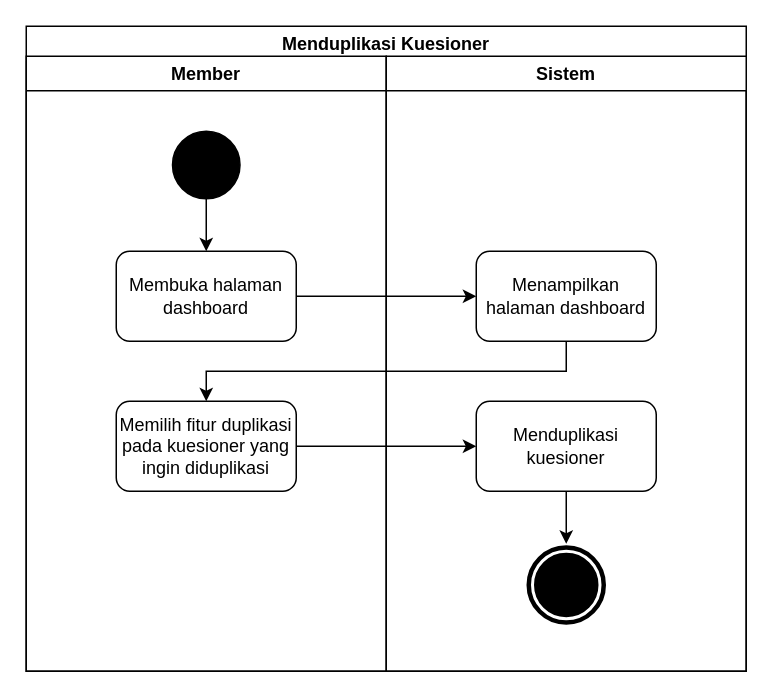
The draw.io diagram Diagram/Activity Diagram/17. menduplikasi kuesioner.drawio in techie-jhs/thesis, before the edit. Source tidied: cells renumbered, new cells numbered last; positions are measured from the earlier drawing's top-left corner, leaving out a move shared by most shapes. Both pictures are drawn from the tidied source at 150%, with x=0, y=0 at pixel (26, 26).
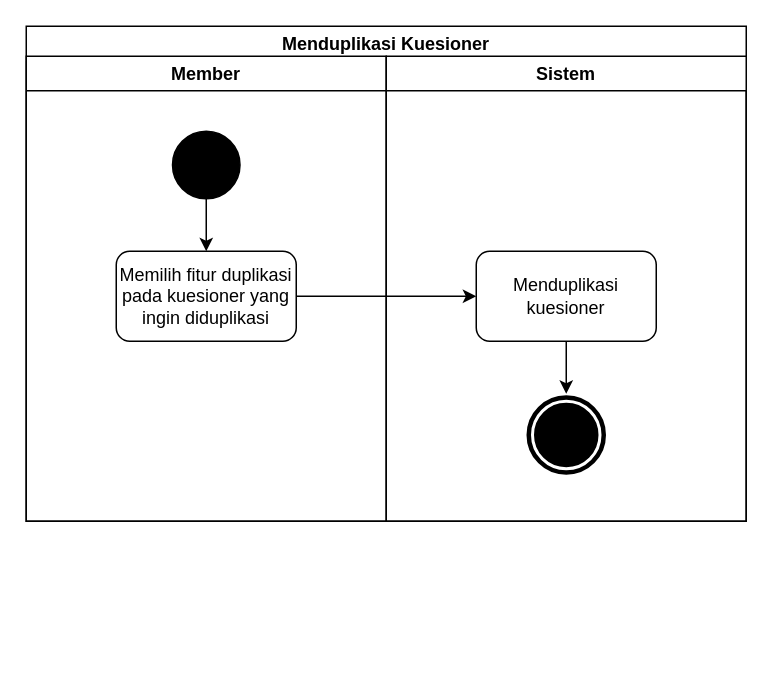
After the change.

Diff of the diagram source:
```diff
@@
 <mxGraphModel>
   <root>
     <mxCell id="0" />
     <mxCell id="1" parent="0" />
     <mxCell id="2" value="Menduplikasi Kuesioner" style="swimlane;fillColor=none;" parent="1" vertex="1">
-      <mxGeometry width="480" height="430" as="geometry" />
+      <mxGeometry width="480" height="330" as="geometry" />
     </mxCell>
     <mxCell id="3" value="Member" style="swimlane;" parent="2" vertex="1">
-      <mxGeometry y="20" width="240" height="410" as="geometry" />
+      <mxGeometry y="20" width="240" height="310" as="geometry" />
     </mxCell>
-    <mxCell id="4" style="edgeStyle=orthogonalEdgeStyle;rounded=0;jettySize=auto;html=1;" parent="3" edge="1" source="5" target="6">
-      <mxGeometry relative="1" as="geometry" />
-    </mxCell>
+    <mxCell id="16" style="edgeStyle=orthogonalEdgeStyle;rounded=0;jettySize=auto;html=1;" parent="3" edge="1" source="5" target="7">
+      <mxGeometry relative="1" as="geometry" />
+    </mxCell>
     <mxCell id="5" style="ellipse;whiteSpace=wrap;html=1;fillColor=#000000;" parent="3" vertex="1">
       <mxGeometry x="97.5" y="50" width="45" height="45" as="geometry" />
     </mxCell>
-    <mxCell id="6" value="Membuka halaman dashboard" style="rounded=1;whiteSpace=wrap;html=1;fillColor=none;" parent="3" vertex="1">
-      <mxGeometry x="60" y="130" width="120" height="60" as="geometry" />
-    </mxCell>
     <mxCell id="7" value="Memilih fitur duplikasi pada kuesioner yang ingin diduplikasi" style="rounded=1;whiteSpace=wrap;html=1;fillColor=none;" parent="3" vertex="1">
-      <mxGeometry x="60" y="230" width="120" height="60" as="geometry" />
+      <mxGeometry x="60" y="130" width="120" height="60" as="geometry" />
     </mxCell>
     <mxCell id="8" value="Sistem" style="swimlane;" parent="2" vertex="1">
-      <mxGeometry x="240" y="20" width="240" height="410" as="geometry" />
+      <mxGeometry x="240" y="20" width="240" height="310" as="geometry" />
     </mxCell>
-    <mxCell id="9" value="Menampilkan halaman dashboard" style="rounded=1;whiteSpace=wrap;html=1;fillColor=none;" parent="8" vertex="1">
-      <mxGeometry x="60" y="130" width="120" height="60" as="geometry" />
-    </mxCell>
     <mxCell id="10" style="ellipse;shape=doubleEllipse;whiteSpace=wrap;html=1;fillColor=#000000;strokeColor=#FFFFFF;strokeWidth=2;" parent="8" vertex="1">
-      <mxGeometry x="92.5" y="325" width="55" height="55" as="geometry" />
+      <mxGeometry x="92.5" y="225" width="55" height="55" as="geometry" />
     </mxCell>
     <mxCell id="11" style="edgeStyle=orthogonalEdgeStyle;rounded=0;jettySize=auto;html=1;" parent="8" edge="1" source="12" target="10">
       <mxGeometry relative="1" as="geometry" />
     </mxCell>
     <mxCell id="12" value="Menduplikasi kuesioner" style="rounded=1;whiteSpace=wrap;html=1;fillColor=none;" parent="8" vertex="1">
-      <mxGeometry x="60" y="230" width="120" height="60" as="geometry" />
+      <mxGeometry x="60" y="130" width="120" height="60" as="geometry" />
     </mxCell>
-    <mxCell id="13" style="edgeStyle=orthogonalEdgeStyle;rounded=0;jettySize=auto;html=1;" parent="2" edge="1" source="6" target="9">
-      <mxGeometry relative="1" as="geometry" />
-    </mxCell>
-    <mxCell id="14" style="edgeStyle=orthogonalEdgeStyle;rounded=0;jettySize=auto;html=1;" parent="2" edge="1" source="9" target="7">
-      <mxGeometry relative="1" as="geometry">
-        <Array as="points">
-          <mxPoint x="360" y="230" />
-          <mxPoint x="120" y="230" />
-        </Array>
-      </mxGeometry>
-    </mxCell>
     <mxCell id="15" style="edgeStyle=orthogonalEdgeStyle;rounded=0;jettySize=auto;html=1;" parent="2" edge="1" source="7" target="12">
       <mxGeometry relative="1" as="geometry" />
     </mxCell>
   </root>
 </mxGraphModel>
```
